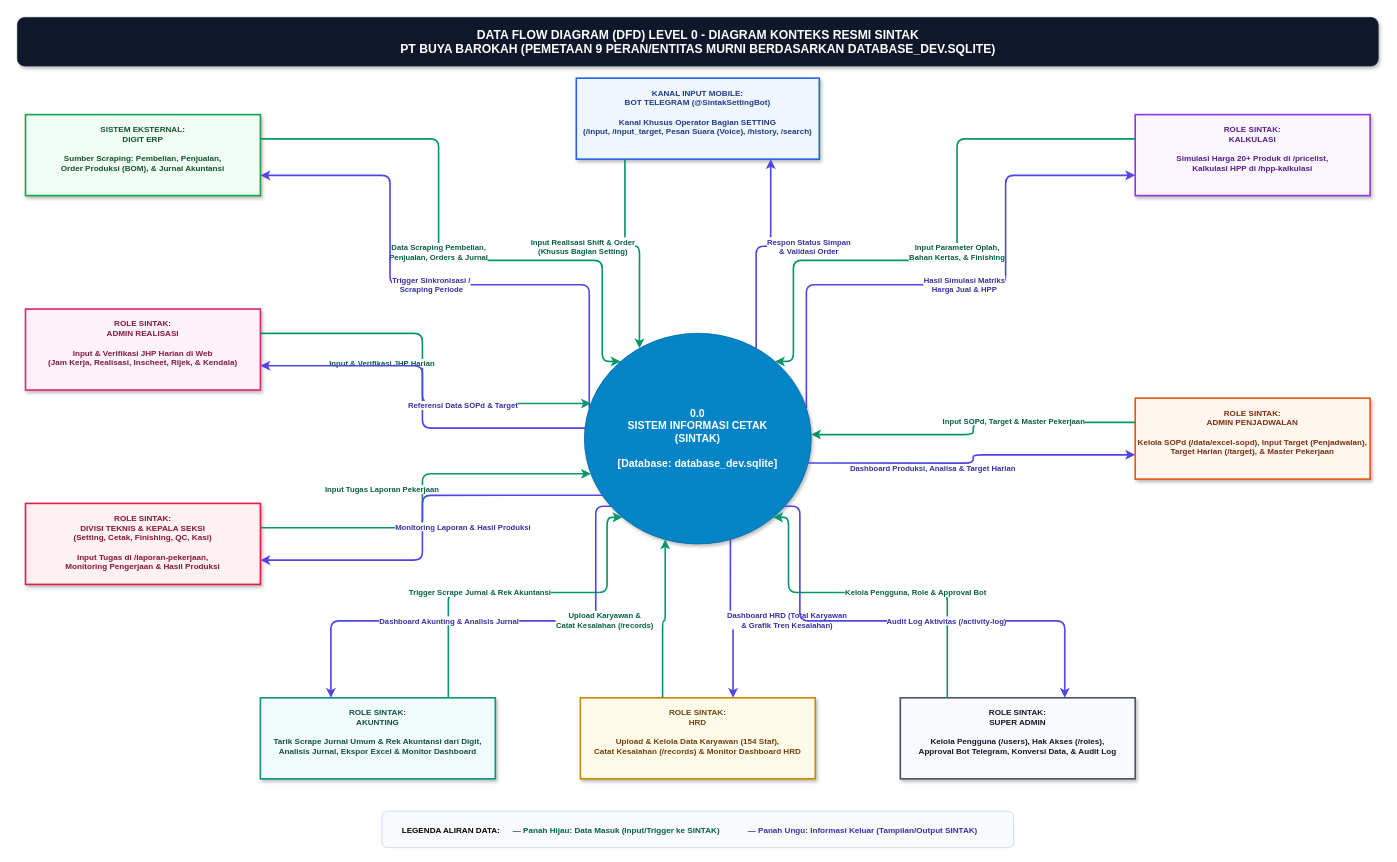
Before: page "DFD Level 0 - Diagram Konteks" (1 of 2) of sintak-dfd.drawio in nauval131922-2/sintak_pt_buya_barokah, a draw.io diagram. Source tidied: cells renumbered, new cells numbered last; positions are measured from the earlier drawing's top-left corner, leaving out a move shared by most shapes. Both pictures are drawn from the tidied source at 81%, with x=0, y=0 at pixel (17, 17).
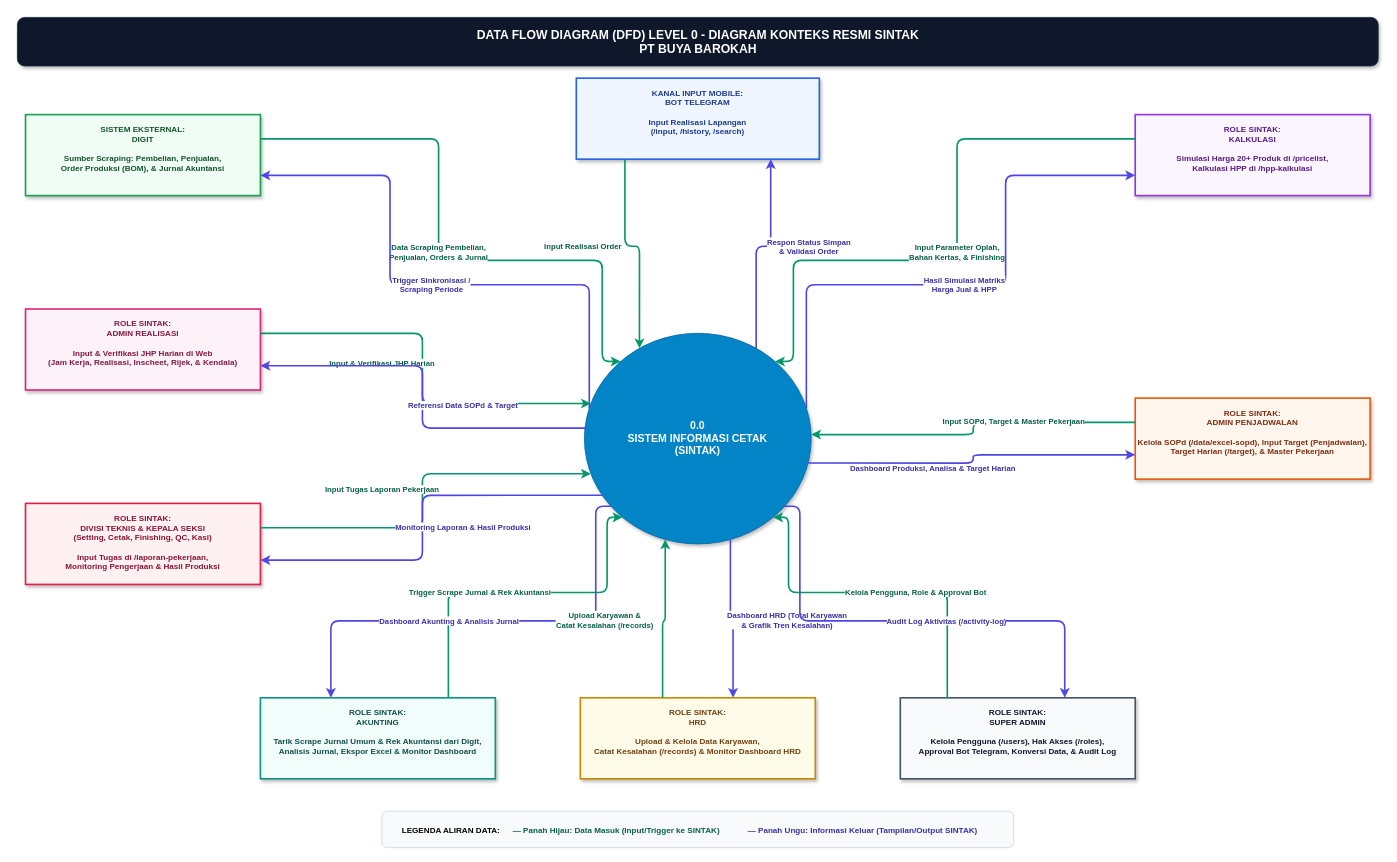
The same diagram, later.

Commit message (it also covers changes not shown here):
docs: bersihkan sebutan ERP, database_dev, angka staf tetap, pesan suara, serta sesuaikan bot telegram untuk multi-bagian

Change to the diagram source:
```diff
@@
-    <mxCell id="3" value="DATA FLOW DIAGRAM (DFD) LEVEL 0 - DIAGRAM KONTEKS RESMI SINTAK&#10;PT BUYA BAROKAH (PEMETAAN 9 PERAN/ENTITAS MURNI BERDASARKAN DATABASE_DEV.SQLITE)" style="text;html=1;strokeColor=none;fillColor=none;align=center;verticalAlign=middle;fontSize=15;fontStyle=1;fontColor=#ffffff;" parent="1" vertex="1">
+    <mxCell id="3" value="DATA FLOW DIAGRAM (DFD) LEVEL 0 - DIAGRAM KONTEKS RESMI SINTAK&#10;PT BUYA BAROKAH" style="text;html=1;strokeColor=none;fillColor=none;align=center;verticalAlign=middle;fontSize=15;fontStyle=1;fontColor=#ffffff;" parent="1" vertex="1">
       <mxGeometry width="1680" height="60" as="geometry" />
     </mxCell>
-    <mxCell id="4" value="0.0&#10;SISTEM INFORMASI CETAK&#10;(SINTAK)&#10;&#10;[Database: database_dev.sqlite]" style="ellipse;whiteSpace=wrap;html=1;fillColor=#0284c7;strokeColor=#0369a1;fontColor=#ffffff;fontSize=13;fontStyle=1;align=center;verticalAlign=middle;shadow=1;spacing=8;" parent="1" vertex="1">
+    <mxCell id="4" value="0.0&#10;SISTEM INFORMASI CETAK&#10;(SINTAK)" style="ellipse;whiteSpace=wrap;html=1;fillColor=#0284c7;strokeColor=#0369a1;fontColor=#ffffff;fontSize=13;fontStyle=1;align=center;verticalAlign=middle;shadow=1;spacing=8;" parent="1" vertex="1">
       <mxGeometry x="700" y="390" width="280" height="260" as="geometry" />
     </mxCell>
-    <mxCell id="5" value="KANAL INPUT MOBILE:&#10;BOT TELEGRAM (@SintakSettingBot)&#10;&#10;Kanal Khusus Operator Bagian SETTING&#10;(/input, /input_target, Pesan Suara (Voice), /history, /search)" style="rounded=0;whiteSpace=wrap;html=1;shadow=1;fontSize=10;fontStyle=1;align=center;verticalAlign=top;spacingTop=6;strokeWidth=2;fillColor=#eff6ff;strokeColor=#2563eb;fontColor=#1e3a8a;" parent="1" vertex="1">
+    <mxCell id="5" value="KANAL INPUT MOBILE:&#10;BOT TELEGRAM&#10;&#10;Input Realisasi Lapangan&#10;(/input, /history, /search)" style="rounded=0;whiteSpace=wrap;html=1;shadow=1;fontSize=10;fontStyle=1;align=center;verticalAlign=top;spacingTop=6;strokeWidth=2;fillColor=#eff6ff;strokeColor=#2563eb;fontColor=#1e3a8a;" parent="1" vertex="1">
       <mxGeometry x="690" y="75" width="300" height="100" as="geometry" />
     </mxCell>
-    <mxCell id="6" value="SISTEM EKSTERNAL:&#10;DIGIT ERP&#10;&#10;Sumber Scraping: Pembelian, Penjualan,&#10;Order Produksi (BOM), &amp; Jurnal Akuntansi" style="rounded=0;whiteSpace=wrap;html=1;shadow=1;fontSize=10;fontStyle=1;align=center;verticalAlign=top;spacingTop=6;strokeWidth=2;fillColor=#f0fdf4;strokeColor=#16a34a;fontColor=#14532d;" parent="1" vertex="1">
+    <mxCell id="6" value="SISTEM EKSTERNAL:&#10;DIGIT&#10;&#10;Sumber Scraping: Pembelian, Penjualan,&#10;Order Produksi (BOM), &amp; Jurnal Akuntansi" style="rounded=0;whiteSpace=wrap;html=1;shadow=1;fontSize=10;fontStyle=1;align=center;verticalAlign=top;spacingTop=6;strokeWidth=2;fillColor=#f0fdf4;strokeColor=#16a34a;fontColor=#14532d;" parent="1" vertex="1">
       <mxGeometry x="10" y="120" width="290" height="100" as="geometry" />
     </mxCell>
@@
-    <mxCell id="12" value="ROLE SINTAK:&#10;HRD&#10;&#10;Upload &amp; Kelola Data Karyawan (154 Staf),&#10;Catat Kesalahan (/records) &amp; Monitor Dashboard HRD" style="rounded=0;whiteSpace=wrap;html=1;shadow=1;fontSize=10;fontStyle=1;align=center;verticalAlign=top;spacingTop=6;strokeWidth=2;fillColor=#fefce8;strokeColor=#ca8a04;fontColor=#713f12;" parent="1" vertex="1">
+    <mxCell id="12" value="ROLE SINTAK:&#10;HRD&#10;&#10;Upload &amp; Kelola Data Karyawan,&#10;Catat Kesalahan (/records) &amp; Monitor Dashboard HRD" style="rounded=0;whiteSpace=wrap;html=1;shadow=1;fontSize=10;fontStyle=1;align=center;verticalAlign=top;spacingTop=6;strokeWidth=2;fillColor=#fefce8;strokeColor=#ca8a04;fontColor=#713f12;" parent="1" vertex="1">
       <mxGeometry x="695" y="840" width="290" height="100" as="geometry" />
     </mxCell>
@@
-    <mxCell id="14" value="Input Realisasi Shift &amp; Order&#10;(Khusus Bagian Setting)" style="edgeStyle=orthogonalEdgeStyle;rounded=1;jettySize=auto;html=1;strokeWidth=2;strokeColor=#059669;fontColor=#065f46;fontSize=9.5;fontStyle=1;labelBackgroundColor=#ffffff;exitX=0.2;exitY=1;entryX=0.2;entryY=0;align=center;" parent="1" edge="1" source="5" target="4">
+    <mxCell id="14" value="Input Realisasi Order" style="edgeStyle=orthogonalEdgeStyle;rounded=1;jettySize=auto;html=1;strokeWidth=2;strokeColor=#059669;fontColor=#065f46;fontSize=9.5;fontStyle=1;labelBackgroundColor=#ffffff;exitX=0.2;exitY=1;entryX=0.2;entryY=0;align=center;" parent="1" edge="1" source="5" target="4">
       <mxGeometry relative="1" as="geometry">
         <mxPoint x="-70" as="offset" />
       </mxGeometry>
     </mxCell>
```
